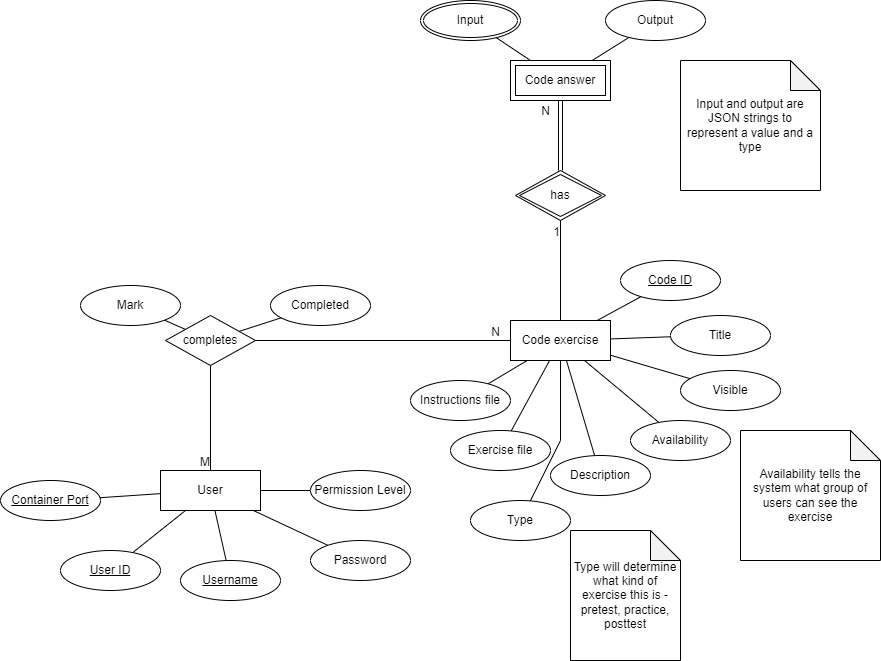
The draw.io diagram design/ERD.png in otto2048/honours-project, before a commit. Source tidied: cells renumbered, new cells last; positions are measured from the earlier drawing's top-left corner, leaving out a move shared by most shapes.
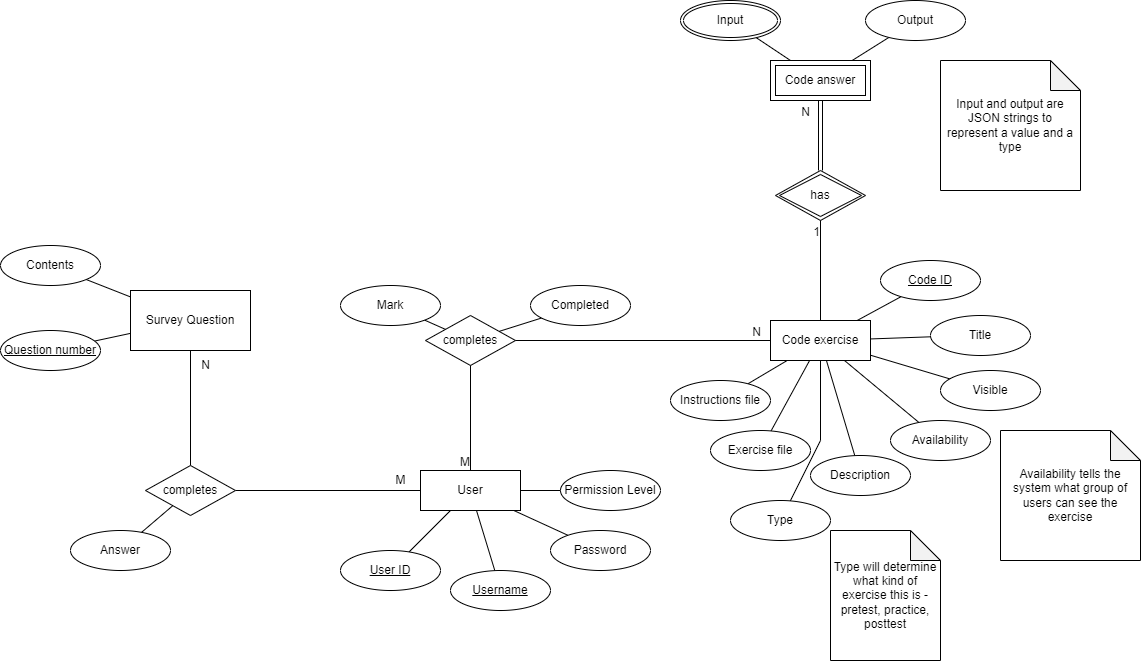
Later version of the same file.

The edit, as a diff of the source:
```diff
@@ -5,6 +5,9 @@
     <mxCell id="2" value="Code exercise" style="whiteSpace=wrap;html=1;align=center;" parent="1" vertex="1">
       <mxGeometry x="510" y="320" width="100" height="40" as="geometry" />
     </mxCell>
+    <mxCell id="52" style="edgeStyle=none;rounded=0;jettySize=auto;html=1;entryX=1;entryY=0.5;entryDx=0;entryDy=0;endArrow=none;endFill=0;" parent="1" edge="1" source="3" target="59">
+      <mxGeometry relative="1" as="geometry" />
+    </mxCell>
     <mxCell id="3" value="User" style="whiteSpace=wrap;html=1;align=center;" parent="1" vertex="1">
       <mxGeometry x="160" y="470" width="100" height="40" as="geometry" />
     </mxCell>
@@ -47,19 +50,19 @@
       <mxGeometry relative="1" as="geometry" />
     </mxCell>
     <mxCell id="14" value="User ID" style="ellipse;whiteSpace=wrap;html=1;align=center;fontStyle=4;" parent="1" vertex="1">
-      <mxGeometry x="60" y="550" width="100" height="40" as="geometry" />
+      <mxGeometry x="80" y="550" width="100" height="40" as="geometry" />
     </mxCell>
     <mxCell id="15" style="rounded=0;jettySize=auto;html=1;endArrow=none;endFill=0;" parent="1" edge="1" source="16" target="3">
       <mxGeometry relative="1" as="geometry" />
     </mxCell>
     <mxCell id="16" value="&lt;u&gt;Username&lt;/u&gt;" style="ellipse;whiteSpace=wrap;html=1;align=center;" parent="1" vertex="1">
-      <mxGeometry x="180" y="560" width="100" height="40" as="geometry" />
+      <mxGeometry x="190" y="570" width="100" height="40" as="geometry" />
     </mxCell>
     <mxCell id="17" style="rounded=0;jettySize=auto;html=1;endArrow=none;endFill=0;" parent="1" edge="1" source="18" target="3">
       <mxGeometry relative="1" as="geometry" />
     </mxCell>
     <mxCell id="18" value="Password" style="ellipse;whiteSpace=wrap;html=1;align=center;" parent="1" vertex="1">
-      <mxGeometry x="310" y="540" width="100" height="40" as="geometry" />
+      <mxGeometry x="290" y="530" width="100" height="40" as="geometry" />
     </mxCell>
     <mxCell id="19" style="rounded=0;jettySize=auto;html=1;endArrow=none;endFill=0;jumpStyle=none;" parent="1" edge="1" source="20" target="2">
       <mxGeometry relative="1" as="geometry" />
@@ -129,14 +132,8 @@
       <mxGeometry relative="1" as="geometry" />
     </mxCell>
     <mxCell id="40" value="Permission Level" style="ellipse;whiteSpace=wrap;html=1;align=center;" parent="1" vertex="1">
-      <mxGeometry x="310" y="470" width="100" height="40" as="geometry" />
+      <mxGeometry x="300" y="470" width="100" height="40" as="geometry" />
     </mxCell>
-    <mxCell id="41" style="rounded=0;jettySize=auto;html=1;endArrow=none;endFill=0;" parent="1" edge="1" source="42" target="3">
-      <mxGeometry relative="1" as="geometry" />
-    </mxCell>
-    <mxCell id="42" value="&lt;u&gt;Container Port&lt;/u&gt;" style="ellipse;whiteSpace=wrap;html=1;align=center;" parent="1" vertex="1">
-      <mxGeometry y="480" width="100" height="40" as="geometry" />
-    </mxCell>
     <mxCell id="43" style="rounded=0;jettySize=auto;html=1;endArrow=none;endFill=0;" parent="1" edge="1" source="44" target="6">
       <mxGeometry relative="1" as="geometry" />
     </mxCell>
@@ -164,5 +161,38 @@
     <mxCell id="51" value="Input" style="ellipse;shape=doubleEllipse;margin=3;whiteSpace=wrap;html=1;align=center;fillStyle=auto;" parent="1" vertex="1">
       <mxGeometry x="420" width="100" height="40" as="geometry" />
     </mxCell>
+    <mxCell id="53" value="Survey Question" style="rounded=0;whiteSpace=wrap;html=1;" parent="1" vertex="1">
+      <mxGeometry x="-130" y="290" width="120" height="60" as="geometry" />
+    </mxCell>
+    <mxCell id="54" style="edgeStyle=none;rounded=0;jettySize=auto;html=1;endArrow=none;endFill=0;" parent="1" edge="1" source="55" target="53">
+      <mxGeometry relative="1" as="geometry" />
+    </mxCell>
+    <mxCell id="55" value="Contents" style="ellipse;whiteSpace=wrap;html=1;align=center;" parent="1" vertex="1">
+      <mxGeometry x="-260" y="245" width="100" height="40" as="geometry" />
+    </mxCell>
+    <mxCell id="56" style="rounded=0;jettySize=auto;html=1;endArrow=none;endFill=0;" parent="1" edge="1" source="57" target="53">
+      <mxGeometry relative="1" as="geometry" />
+    </mxCell>
+    <mxCell id="57" value="&lt;u&gt;Question number&lt;/u&gt;" style="ellipse;whiteSpace=wrap;html=1;align=center;" parent="1" vertex="1">
+      <mxGeometry x="-260" y="330" width="100" height="40" as="geometry" />
+    </mxCell>
+    <mxCell id="58" style="edgeStyle=none;rounded=0;jettySize=auto;html=1;endArrow=none;endFill=0;" parent="1" edge="1" source="59" target="53">
+      <mxGeometry relative="1" as="geometry" />
+    </mxCell>
+    <mxCell id="59" value="completes" style="shape=rhombus;perimeter=rhombusPerimeter;whiteSpace=wrap;html=1;align=center;" parent="1" vertex="1">
+      <mxGeometry x="-115" y="465" width="90" height="50" as="geometry" />
+    </mxCell>
+    <mxCell id="60" style="edgeStyle=none;rounded=0;jettySize=auto;html=1;endArrow=none;endFill=0;" parent="1" edge="1" source="61" target="59">
+      <mxGeometry relative="1" as="geometry" />
+    </mxCell>
+    <mxCell id="61" value="Answer" style="ellipse;whiteSpace=wrap;html=1;align=center;" parent="1" vertex="1">
+      <mxGeometry x="-190" y="530" width="100" height="40" as="geometry" />
+    </mxCell>
+    <mxCell id="62" value="M" style="text;html=1;align=center;verticalAlign=middle;strokeColor=none;fillColor=none;" parent="1" vertex="1">
+      <mxGeometry x="125" y="465" width="30" height="30" as="geometry" />
+    </mxCell>
+    <mxCell id="63" value="N" style="text;html=1;align=center;verticalAlign=middle;strokeColor=none;fillColor=none;" parent="1" vertex="1">
+      <mxGeometry x="-70" y="350" width="30" height="30" as="geometry" />
+    </mxCell>
   </root>
 </mxGraphModel>
```
